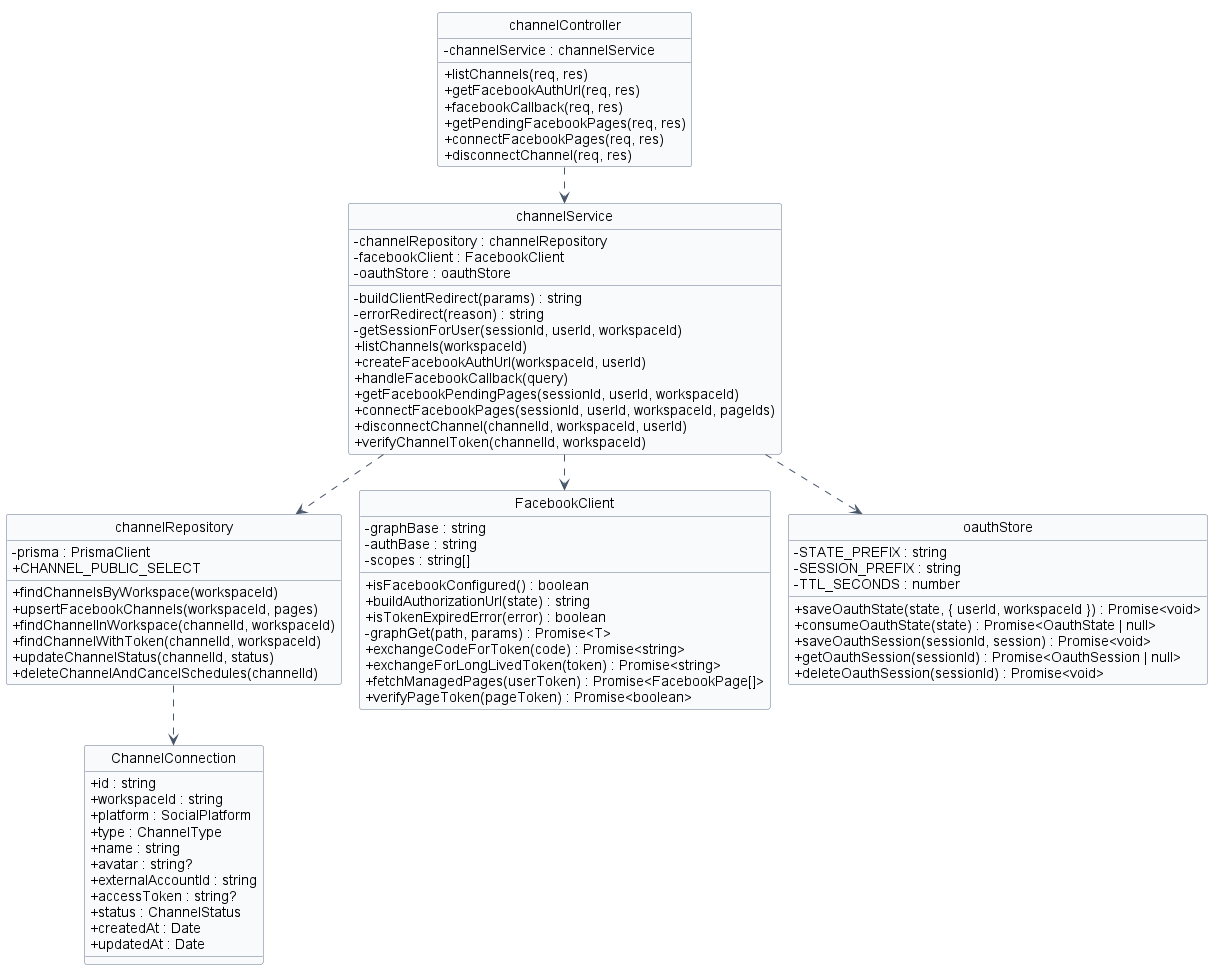
Pham-Hong-Ky/marka-capstone keeps this PlantUML diagram as docs/diagrams/04-channel.png. Above is the earlier version.
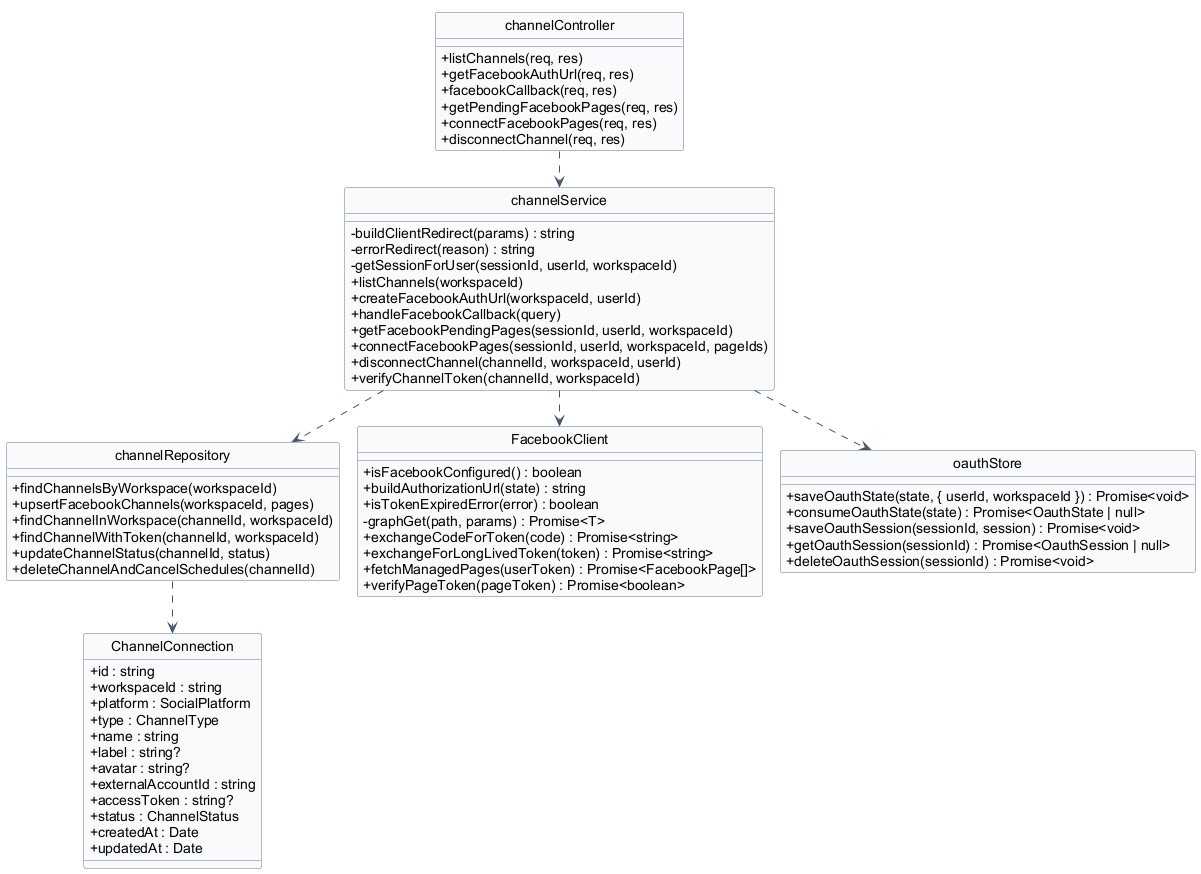
After the change.

The edit, as a diff of the source:
```diff
@@ -21,6 +21,7 @@
   + platform : SocialPlatform
   + type : ChannelType
   + name : string
+  + label : string?
   + avatar : string?
   + externalAccountId : string
   + accessToken : string?
@@ -30,7 +31,6 @@
 }
 
 class "channelController" as channelController {
-  - channelService : channelService
   + listChannels(req, res)
   + getFacebookAuthUrl(req, res)
   + facebookCallback(req, res)
@@ -40,9 +40,6 @@
 }
 
 class "channelService" as channelService {
-  - channelRepository : channelRepository
-  - facebookClient : FacebookClient
-  - oauthStore : oauthStore
   - buildClientRedirect(params) : string
   - errorRedirect(reason) : string
   - getSessionForUser(sessionId, userId, workspaceId)
@@ -56,8 +53,6 @@
 }
 
 class "channelRepository" as channelRepository {
-  - prisma : PrismaClient
-  + CHANNEL_PUBLIC_SELECT
   + findChannelsByWorkspace(workspaceId)
   + upsertFacebookChannels(workspaceId, pages)
   + findChannelInWorkspace(channelId, workspaceId)
@@ -67,9 +62,6 @@
 }
 
 class "FacebookClient" as facebookClient {
-  - graphBase : string
-  - authBase : string
-  - scopes : string[]
   + isFacebookConfigured() : boolean
   + buildAuthorizationUrl(state) : string
   + isTokenExpiredError(error) : boolean
@@ -81,9 +73,6 @@
 }
 
 class "oauthStore" as oauthStore {
-  - STATE_PREFIX : string
-  - SESSION_PREFIX : string
-  - TTL_SECONDS : number
   + saveOauthState(state, { userId, workspaceId }) : Promise<void>
   + consumeOauthState(state) : Promise<OauthState | null>
   + saveOauthSession(sessionId, session) : Promise<void>
```
